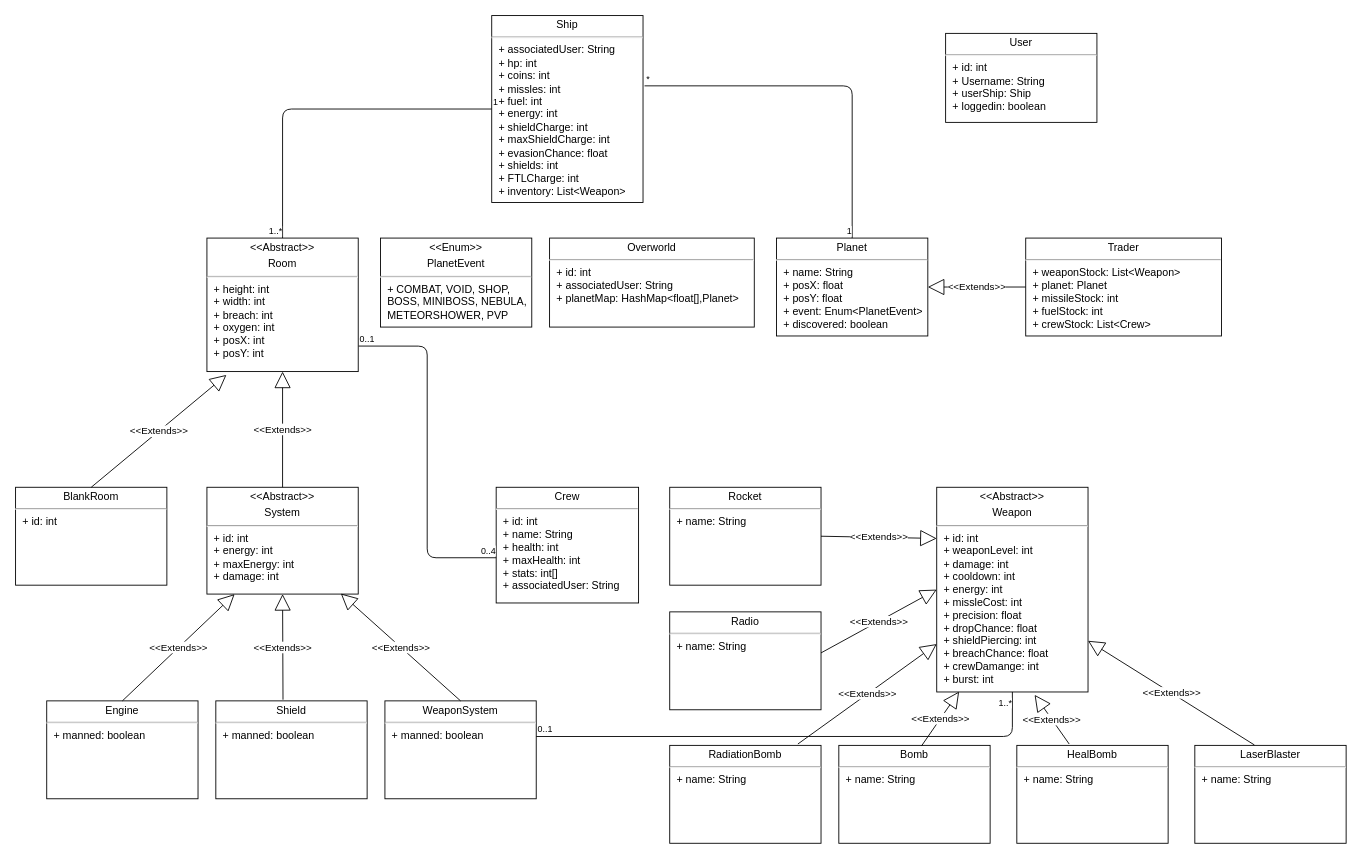
Before: doc/UML/Datenmodell.drawio in fkehlenb/GalaxyTrucker, a draw.io diagram. Source tidied: cells renumbered, new cells numbered last; positions are measured from the earlier drawing's top-left corner, leaving out a move shared by most shapes. Both pictures are drawn from the tidied source at 89%, with x=0, y=0 at pixel (15, 15).
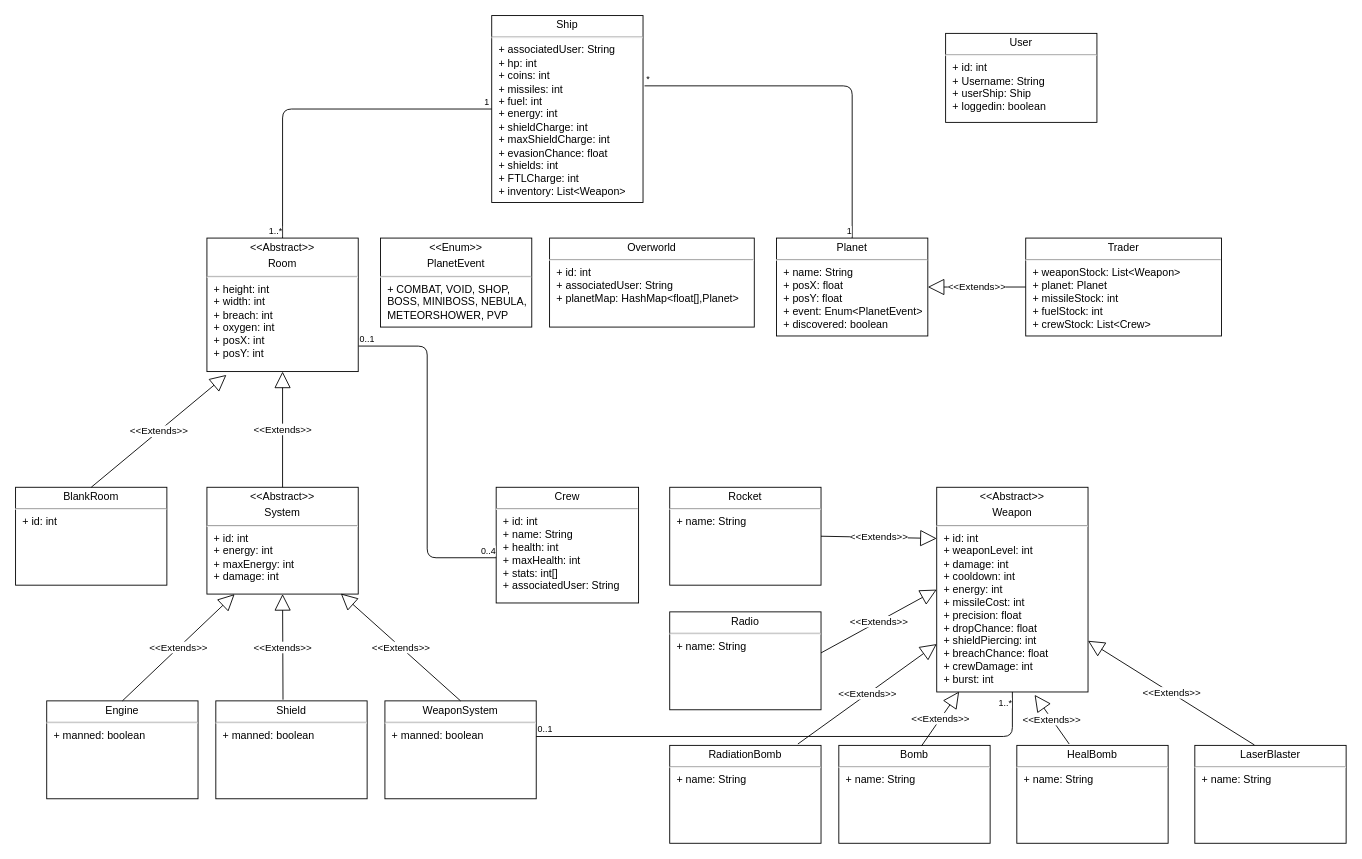
Above is the later version.

Commit message (it also covers changes not shown here):
DATENSICHT FERTIG + uml korrektur xd

Unchanged cells that the change refers to:
```xml
<mxCell id="42" style="endArrow=none;html=1;edgeStyle=orthogonalEdgeStyle;" parent="1" edge="1" source="35" target="15">
  <mxGeometry relative="1" as="geometry" />
</mxCell>
```

The edit, as a diff of the source:
```diff
@@
-    <mxCell id="22" value="&lt;p style=&quot;margin: 4px 0px 0px ; text-align: center&quot;&gt;&amp;lt;&amp;lt;Abstract&amp;gt;&amp;gt;&lt;/p&gt;&lt;p style=&quot;margin: 4px 0px 0px ; text-align: center&quot;&gt;Weapon&lt;/p&gt;&lt;hr&gt;&lt;p style=&quot;margin: 0px ; margin-left: 8px&quot;&gt;+ id: int&lt;/p&gt;&lt;p style=&quot;margin: 0px ; margin-left: 8px&quot;&gt;+ weaponLevel: int&lt;/p&gt;&lt;p style=&quot;margin: 0px ; margin-left: 8px&quot;&gt;+ damage: int&lt;/p&gt;&lt;p style=&quot;margin: 0px ; margin-left: 8px&quot;&gt;+ cooldown: int&lt;/p&gt;&lt;p style=&quot;margin: 0px ; margin-left: 8px&quot;&gt;+ energy: int&lt;/p&gt;&lt;p style=&quot;margin: 0px ; margin-left: 8px&quot;&gt;+ missleCost: int&lt;/p&gt;&lt;p style=&quot;margin: 0px ; margin-left: 8px&quot;&gt;+ precision: float&lt;/p&gt;&lt;p style=&quot;margin: 0px ; margin-left: 8px&quot;&gt;+ dropChance: float&lt;/p&gt;&lt;p style=&quot;margin: 0px ; margin-left: 8px&quot;&gt;+ shieldPiercing: int&lt;/p&gt;&lt;p style=&quot;margin: 0px ; margin-left: 8px&quot;&gt;+ breachChance: float&lt;/p&gt;&lt;p style=&quot;margin: 0px ; margin-left: 8px&quot;&gt;+ crewDamange: int&lt;/p&gt;&lt;p style=&quot;margin: 0px ; margin-left: 8px&quot;&gt;+ burst: int&lt;/p&gt;" style="verticalAlign=top;align=left;overflow=fill;fontSize=12;fontFamily=Helvetica;html=1;" parent="1" vertex="1">
+    <mxCell id="22" value="&lt;p style=&quot;margin: 4px 0px 0px ; text-align: center&quot;&gt;&amp;lt;&amp;lt;Abstract&amp;gt;&amp;gt;&lt;/p&gt;&lt;p style=&quot;margin: 4px 0px 0px ; text-align: center&quot;&gt;Weapon&lt;/p&gt;&lt;hr&gt;&lt;p style=&quot;margin: 0px ; margin-left: 8px&quot;&gt;+ id: int&lt;/p&gt;&lt;p style=&quot;margin: 0px ; margin-left: 8px&quot;&gt;+ weaponLevel: int&lt;/p&gt;&lt;p style=&quot;margin: 0px ; margin-left: 8px&quot;&gt;+ damage: int&lt;/p&gt;&lt;p style=&quot;margin: 0px ; margin-left: 8px&quot;&gt;+ cooldown: int&lt;/p&gt;&lt;p style=&quot;margin: 0px ; margin-left: 8px&quot;&gt;+ energy: int&lt;/p&gt;&lt;p style=&quot;margin: 0px ; margin-left: 8px&quot;&gt;+ missileCost: int&lt;/p&gt;&lt;p style=&quot;margin: 0px ; margin-left: 8px&quot;&gt;+ precision: float&lt;/p&gt;&lt;p style=&quot;margin: 0px ; margin-left: 8px&quot;&gt;+ dropChance: float&lt;/p&gt;&lt;p style=&quot;margin: 0px ; margin-left: 8px&quot;&gt;+ shieldPiercing: int&lt;/p&gt;&lt;p style=&quot;margin: 0px ; margin-left: 8px&quot;&gt;+ breachChance: float&lt;/p&gt;&lt;p style=&quot;margin: 0px ; margin-left: 8px&quot;&gt;+ crewDamage: int&lt;/p&gt;&lt;p style=&quot;margin: 0px ; margin-left: 8px&quot;&gt;+ burst: int&lt;/p&gt;" style="verticalAlign=top;align=left;overflow=fill;fontSize=12;fontFamily=Helvetica;html=1;" parent="1" vertex="1">
       <mxGeometry x="1035" y="530" width="170" height="230" as="geometry" />
     </mxCell>
@@
-    <mxCell id="35" value="&lt;p style=&quot;margin: 4px 0px 0px ; text-align: center&quot;&gt;Ship&lt;/p&gt;&lt;hr&gt;&lt;p style=&quot;margin: 0px ; margin-left: 8px&quot;&gt;+ associatedUser: String&lt;/p&gt;&lt;p style=&quot;margin: 0px ; margin-left: 8px&quot;&gt;+ hp: int&lt;/p&gt;&lt;p style=&quot;margin: 0px ; margin-left: 8px&quot;&gt;+ coins: int&lt;/p&gt;&lt;p style=&quot;margin: 0px ; margin-left: 8px&quot;&gt;+ missles: int&lt;/p&gt;&lt;p style=&quot;margin: 0px ; margin-left: 8px&quot;&gt;+ fuel: int&lt;/p&gt;&lt;p style=&quot;margin: 0px ; margin-left: 8px&quot;&gt;+ energy: int&lt;/p&gt;&lt;p style=&quot;margin: 0px ; margin-left: 8px&quot;&gt;+ shieldCharge: int&lt;/p&gt;&lt;p style=&quot;margin: 0px ; margin-left: 8px&quot;&gt;+ maxShieldCharge: int&lt;/p&gt;&lt;p style=&quot;margin: 0px ; margin-left: 8px&quot;&gt;+ evasionChance: float&lt;/p&gt;&lt;p style=&quot;margin: 0px ; margin-left: 8px&quot;&gt;+ shields: int&lt;/p&gt;&lt;p style=&quot;margin: 0px ; margin-left: 8px&quot;&gt;+ FTLCharge: int&lt;/p&gt;&lt;p style=&quot;margin: 0px ; margin-left: 8px&quot;&gt;+ inventory: List&amp;lt;Weapon&amp;gt;&lt;/p&gt;&lt;p style=&quot;margin: 0px ; margin-left: 8px&quot;&gt;&lt;br&gt;&lt;/p&gt;" style="verticalAlign=top;align=left;overflow=fill;fontSize=12;fontFamily=Helvetica;html=1;" parent="1" vertex="1">
+    <mxCell id="35" value="&lt;p style=&quot;margin: 4px 0px 0px ; text-align: center&quot;&gt;Ship&lt;/p&gt;&lt;hr&gt;&lt;p style=&quot;margin: 0px ; margin-left: 8px&quot;&gt;+ associatedUser: String&lt;/p&gt;&lt;p style=&quot;margin: 0px ; margin-left: 8px&quot;&gt;+ hp: int&lt;/p&gt;&lt;p style=&quot;margin: 0px ; margin-left: 8px&quot;&gt;+ coins: int&lt;/p&gt;&lt;p style=&quot;margin: 0px ; margin-left: 8px&quot;&gt;+ missiles: int&lt;/p&gt;&lt;p style=&quot;margin: 0px ; margin-left: 8px&quot;&gt;+ fuel: int&lt;/p&gt;&lt;p style=&quot;margin: 0px ; margin-left: 8px&quot;&gt;+ energy: int&lt;/p&gt;&lt;p style=&quot;margin: 0px ; margin-left: 8px&quot;&gt;+ shieldCharge: int&lt;/p&gt;&lt;p style=&quot;margin: 0px ; margin-left: 8px&quot;&gt;+ maxShieldCharge: int&lt;/p&gt;&lt;p style=&quot;margin: 0px ; margin-left: 8px&quot;&gt;+ evasionChance: float&lt;/p&gt;&lt;p style=&quot;margin: 0px ; margin-left: 8px&quot;&gt;+ shields: int&lt;/p&gt;&lt;p style=&quot;margin: 0px ; margin-left: 8px&quot;&gt;+ FTLCharge: int&lt;/p&gt;&lt;p style=&quot;margin: 0px ; margin-left: 8px&quot;&gt;+ inventory: List&amp;lt;Weapon&amp;gt;&lt;/p&gt;&lt;p style=&quot;margin: 0px ; margin-left: 8px&quot;&gt;&lt;br&gt;&lt;/p&gt;" style="verticalAlign=top;align=left;overflow=fill;fontSize=12;fontFamily=Helvetica;html=1;" parent="1" vertex="1">
       <mxGeometry x="535" width="170" height="210" as="geometry" />
     </mxCell>
@@
     <mxCell id="43" value="1" style="html=1;align=left;verticalAlign=bottom;labelBackgroundColor=#ffffff;fontSize=10;" parent="42" vertex="1">
-      <mxGeometry x="-1" relative="1" as="geometry" />
+      <mxGeometry x="-1" relative="1" as="geometry">
+        <mxPoint x="-10" as="offset" />
+      </mxGeometry>
     </mxCell>
```
